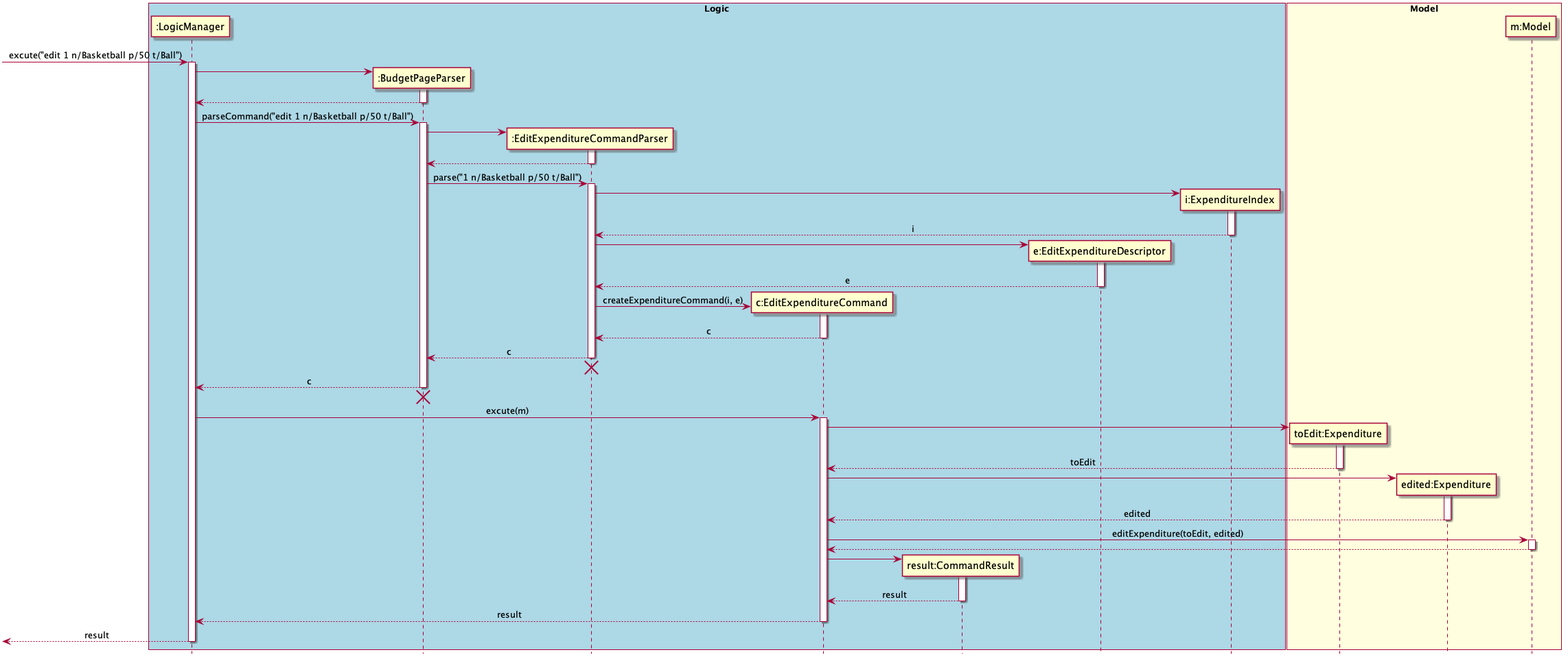
yu-ming-chen/tp keeps this PlantUML diagram as docs/diagrams/commandsPlantUML/diagram/EditExpenditureCommand.png. Above is the earlier version.
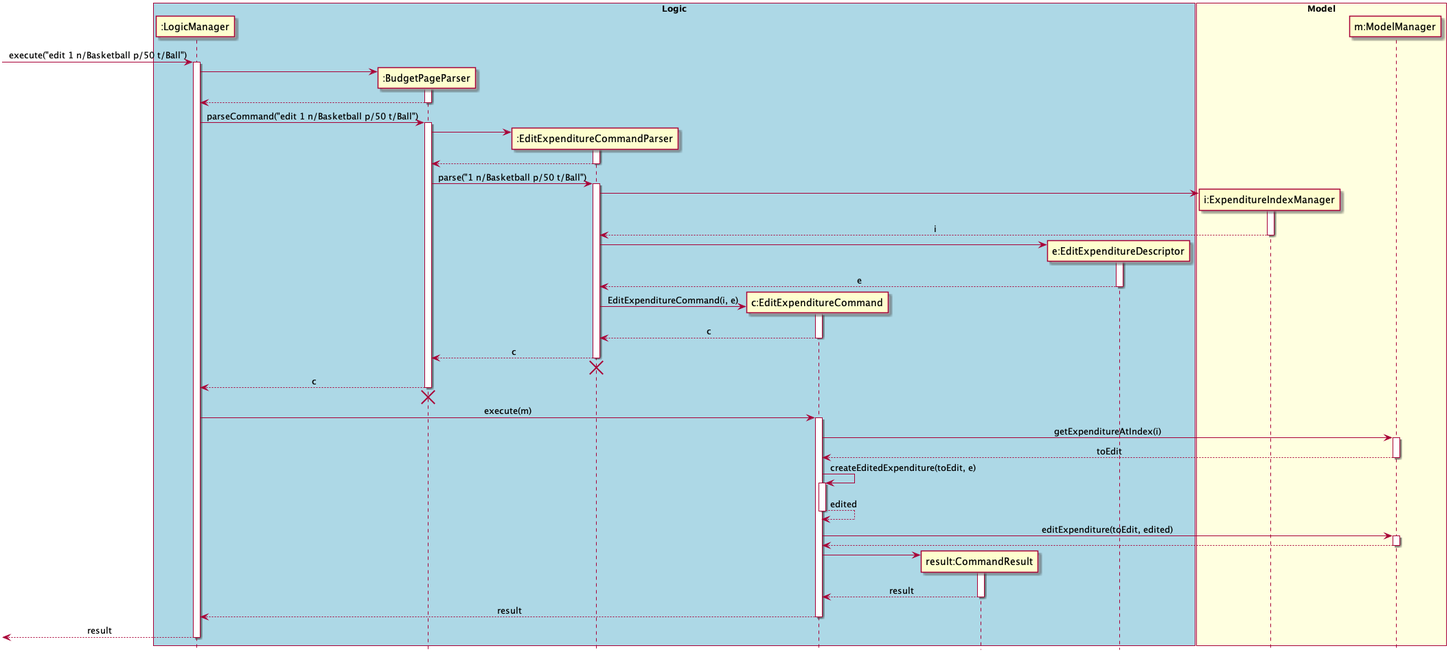
The same diagram one commit later.

Change to the diagram source:
```diff
@@ -10,16 +10,15 @@
 participant "c:EditExpenditureCommand" as EEC
 participant "result:CommandResult" as CR
 participant "e:EditExpenditureDescriptor" as EED
-participant "i:ExpenditureIndex" as EI
+
 end box
 
 box "Model" #LightYellow
-participant "toEdit:Expenditure" as toEditExpenditure
-participant "edited:Expenditure" as editedExpenditure
-participant "m:Model" as M
+participant "i:ExpenditureIndexManager" as EI
+participant "m:ModelManager" as M
 end box
 
-[-> LM : excute("edit 1 n/Basketball p/50 t/Ball")
+[-> LM : execute("edit 1 n/Basketball p/50 t/Ball")
 activate LM
 create BPP
 LM -> BPP
@@ -50,7 +49,7 @@
 deactivate EED
 
 create EEC
-EECP -> EEC : createExpenditureCommand(i, e)
+EECP -> EEC : EditExpenditureCommand(i, e)
 activate EEC
 EECP <-- EEC : c
 deactivate EEC
@@ -65,19 +64,17 @@
 BPP <-[hidden]- LM
 destroy BPP
 
-LM -> EEC: excute(m)
+LM -> EEC: execute(m)
 activate EEC
-create toEditExpenditure
-EEC -> toEditExpenditure
-activate toEditExpenditure
-EEC <-- toEditExpenditure : toEdit
-deactivate toEditExpenditure
+EEC -> M: getExpenditureAtIndex(i)
+activate M
+EEC <-- M : toEdit
+deactivate M
 
-create editedExpenditure
-EEC -> editedExpenditure
-activate editedExpenditure
-EEC <-- editedExpenditure : edited
-deactivate editedExpenditure
+EEC -> EEC: createEditedExpenditure(toEdit, e)
+activate EEC
+EEC <-- EEC : edited
+deactivate EEC
 
 EEC -> M : editExpenditure(toEdit, edited)
 activate M
```
